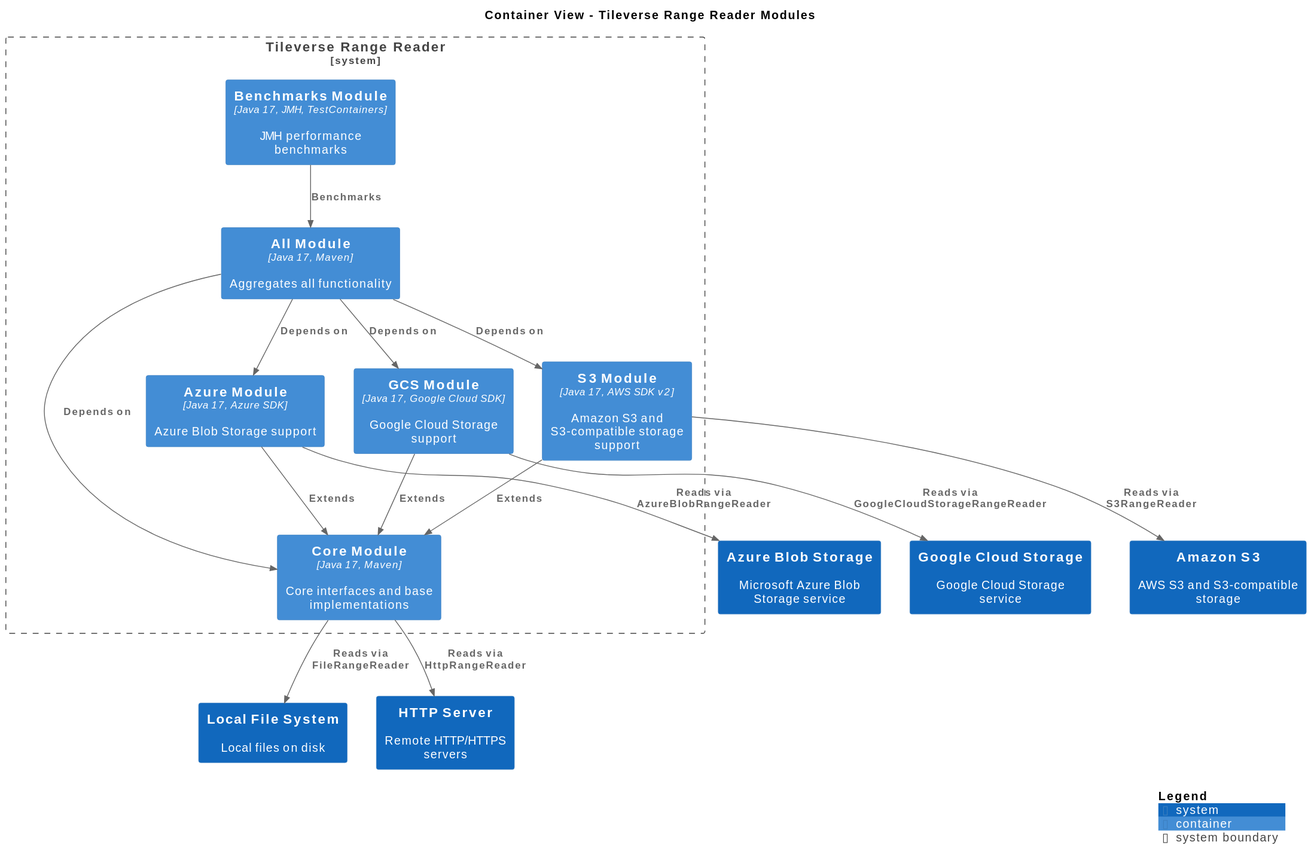
Before: assets/images/structurizr/structurizr-Containers.svg, a diagram exported from PlantUML (tileverse-io/tileverse).
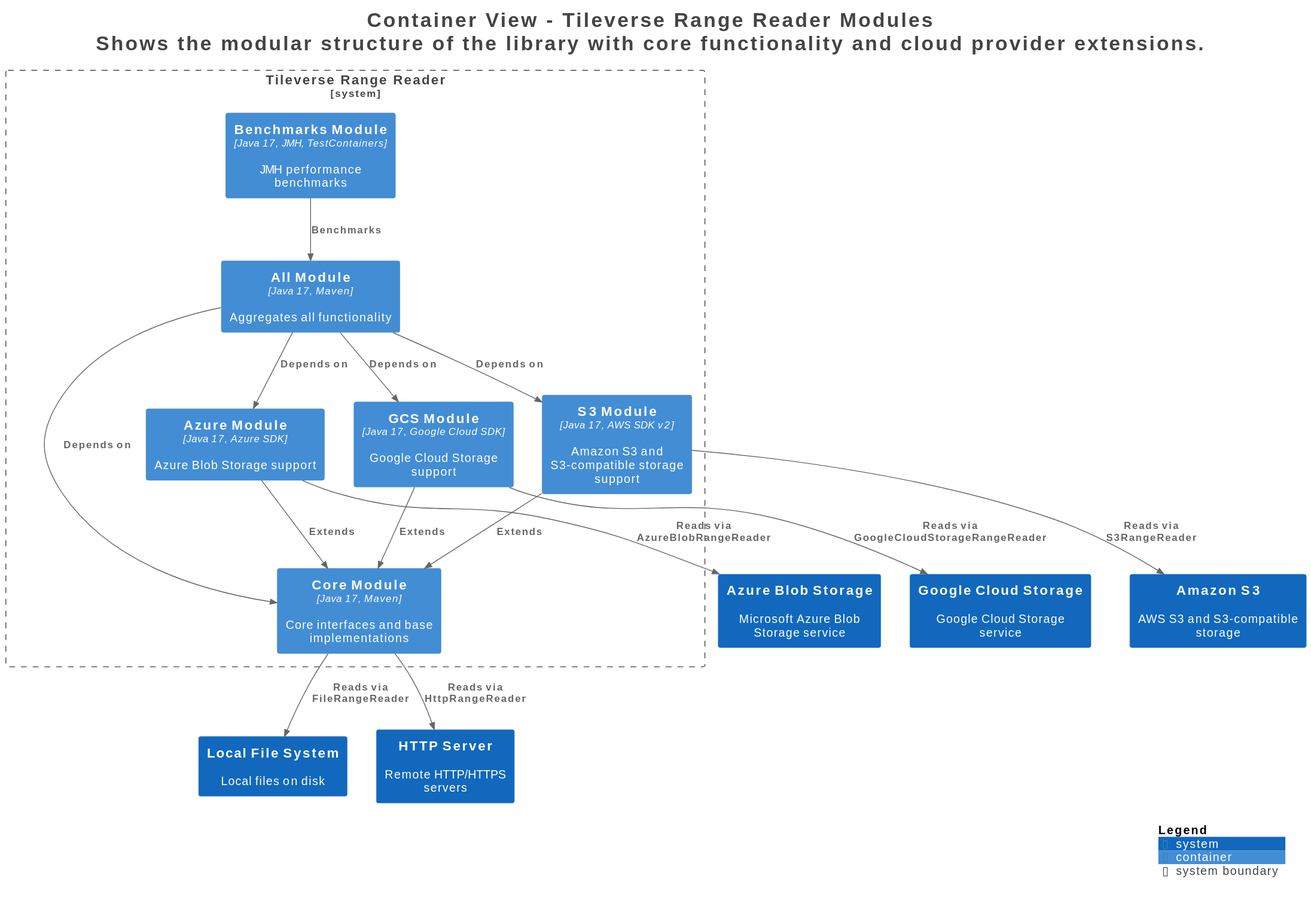
The same file after the commit.

The edit, as a diff of the source:
```diff
@@ -1,8 +1,15 @@
 @startuml
+title <size:24>Container View - Tileverse Range Reader Modules</size>\n<size:24>Shows the modular structure of the library with core functionality and cloud provider extensions.</size>
+
 set separator none
-title Container View - Tileverse Range Reader Modules
+top to bottom direction
 
-top to bottom direction
+<style>
+  root {
+    BackgroundColor: #ffffff
+    FontColor: #444444
+  }
+</style>
 
 !include <C4/C4>
 !include <C4/C4_Context>
@@ -38,4 +45,5 @@
 Rel(TileverseRangeReader.GCSModule, TileverseRangeReader.CoreModule, "Extends", $techn="", $tags="", $link="")
 
 SHOW_LEGEND(true)
+hide stereotypes
 @enduml
```
